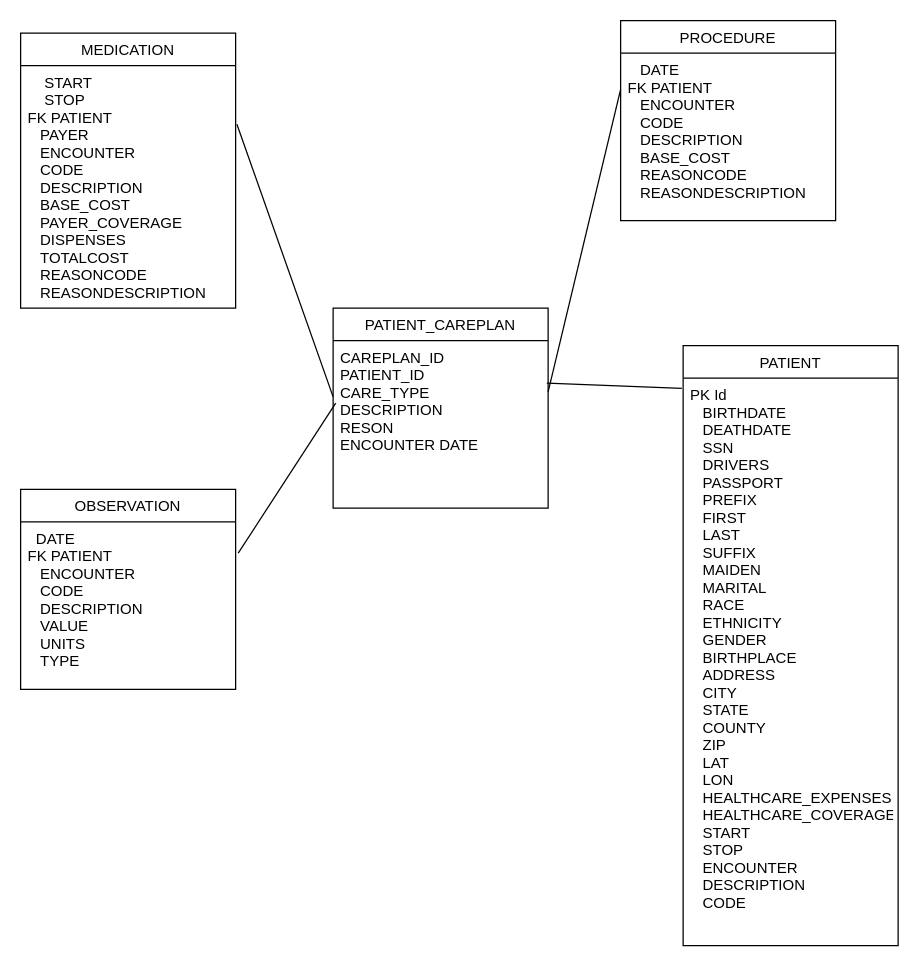
This is Daten_schema/Sternschema.drawio from Fuenfgeld/DMA2022DataProjectB, a draw.io file, before an edit. Source tidied: cells renumbered, new cells numbered last; positions are measured from the earlier drawing's top-left corner, leaving out a move shared by most shapes. Both pictures are drawn from the tidied source at 125%, with x=0, y=0 at pixel (20, 20).
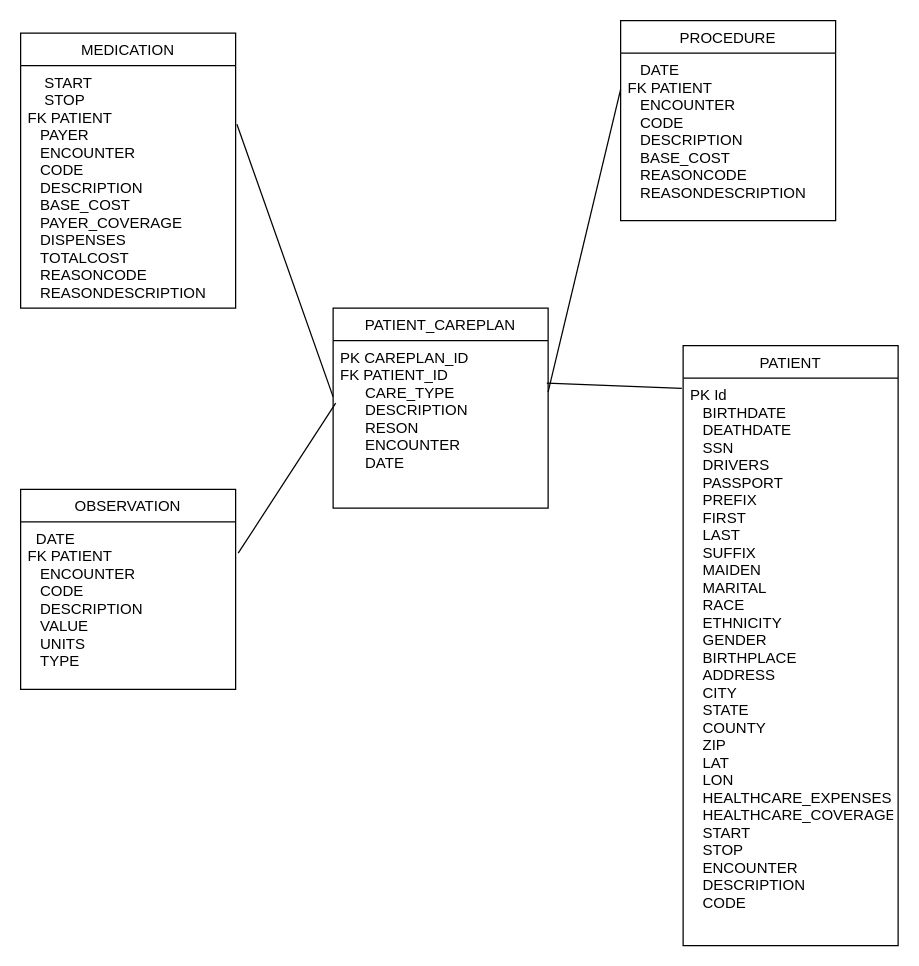
Above is the later version.

The edit, as a diff of the source:
```diff
@@
 <mxGraphModel>
   <root>
     <mxCell id="0" />
     <mxCell id="1" parent="0" />
     <mxCell id="2" value="PATIENT" style="swimlane;fontStyle=0;horizontal=1;startSize=26;fillColor=none;" parent="1" vertex="1">
       <mxGeometry x="530" y="260" width="172" height="480" as="geometry" />
     </mxCell>
     <mxCell id="3" value="PK Id &#10;   BIRTHDATE&#10;   DEATHDATE&#10;   SSN&#10;   DRIVERS&#10;   PASSPORT&#10;   PREFIX&#10;   FIRST &#10;   LAST&#10;   SUFFIX&#10;   MAIDEN&#10;   MARITAL &#10;   RACE&#10;   ETHNICITY&#10;   GENDER &#10;   BIRTHPLACE &#10;   ADDRESS &#10;   CITY &#10;   STATE &#10;   COUNTY&#10;   ZIP &#10;   LAT &#10;   LON &#10;   HEALTHCARE_EXPENSES &#10;   HEALTHCARE_COVERAGE&#10;   START&#10;   STOP&#10;   ENCOUNTER&#10;   DESCRIPTION&#10;   CODE  " style="text;strokeColor=none;fillColor=none;align=left;verticalAlign=top;spacingLeft=4;spacingRight=4;overflow=hidden;points=[[0,0.5],[1,0.5]];portConstraint=eastwest;" parent="2" vertex="1">
       <mxGeometry y="26" width="172" height="454" as="geometry" />
     </mxCell>
     <mxCell id="4" value="MEDICATION" style="swimlane;fontStyle=0;horizontal=1;startSize=26;fillColor=none;" parent="1" vertex="1">
       <mxGeometry y="10" width="172" height="220" as="geometry" />
     </mxCell>
     <mxCell id="5" value="    START &#10;    STOP&#10;FK PATIENT&#10;   PAYER&#10;   ENCOUNTER &#10;   CODE &#10;   DESCRIPTION&#10;   BASE_COST&#10;   PAYER_COVERAGE &#10;   DISPENSES &#10;   TOTALCOST&#10;   REASONCODE &#10;   REASONDESCRIPTION " style="text;strokeColor=none;fillColor=none;align=left;verticalAlign=top;spacingLeft=4;spacingRight=4;overflow=hidden;points=[[0,0.5],[1,0.5]];portConstraint=eastwest;" parent="4" vertex="1">
       <mxGeometry y="26" width="172" height="194" as="geometry" />
     </mxCell>
     <mxCell id="6" style="endArrow=none;html=1;entryX=1.006;entryY=0.242;entryDx=0;entryDy=0;entryPerimeter=0;exitX=0;exitY=0.336;exitDx=0;exitDy=0;exitPerimeter=0;" parent="1" edge="1" source="14" target="5">
       <mxGeometry relative="1" as="geometry" />
     </mxCell>
     <mxCell id="7" value="OBSERVATION" style="swimlane;fontStyle=0;horizontal=1;startSize=26;fillColor=none;" parent="1" vertex="1">
       <mxGeometry y="375" width="172" height="160" as="geometry" />
     </mxCell>
     <mxCell id="8" value="  DATE &#10;FK PATIENT&#10;   ENCOUNTER &#10;   CODE &#10;   DESCRIPTION&#10;   VALUE &#10;   UNITS &#10;   TYPE  " style="text;strokeColor=none;fillColor=none;align=left;verticalAlign=top;spacingLeft=4;spacingRight=4;overflow=hidden;points=[[0,0.5],[1,0.5]];portConstraint=eastwest;" parent="7" vertex="1">
       <mxGeometry y="26" width="172" height="134" as="geometry" />
     </mxCell>
     <mxCell id="9" value="PROCEDURE" style="swimlane;fontStyle=0;horizontal=1;startSize=26;fillColor=none;" parent="1" vertex="1">
       <mxGeometry x="480" width="172" height="160" as="geometry" />
     </mxCell>
     <mxCell id="10" value="   DATE&#10;FK PATIENT &#10;   ENCOUNTER&#10;   CODE &#10;   DESCRIPTION &#10;   BASE_COST &#10;   REASONCODE &#10;   REASONDESCRIPTION" style="text;strokeColor=none;fillColor=none;align=left;verticalAlign=top;spacingLeft=4;spacingRight=4;overflow=hidden;points=[[0,0.5],[1,0.5]];portConstraint=eastwest;" parent="9" vertex="1">
       <mxGeometry y="26" width="172" height="134" as="geometry" />
     </mxCell>
     <mxCell id="11" style="endArrow=none;html=1;entryX=0;entryY=0.216;entryDx=0;entryDy=0;entryPerimeter=0;exitX=1;exitY=0.306;exitDx=0;exitDy=0;exitPerimeter=0;" parent="1" edge="1" source="14" target="10">
       <mxGeometry relative="1" as="geometry" />
     </mxCell>
     <mxCell id="12" style="endArrow=none;html=1;entryX=0.012;entryY=0.373;entryDx=0;entryDy=0;entryPerimeter=0;exitX=1.012;exitY=0.187;exitDx=0;exitDy=0;exitPerimeter=0;" parent="1" edge="1" source="8" target="14">
       <mxGeometry relative="1" as="geometry" />
     </mxCell>
     <mxCell id="13" value="PATIENT_CAREPLAN" style="swimlane;fontStyle=0;horizontal=1;startSize=26;fillColor=none;" parent="1" vertex="1">
       <mxGeometry x="250" y="230" width="172" height="160" as="geometry" />
     </mxCell>
-    <mxCell id="14" value="CAREPLAN_ID&#10;            PATIENT_ID &#10;            CARE_TYPE&#10;            DESCRIPTION&#10;            RESON&#10;            ENCOUNTER            DATE&#10;  " style="text;strokeColor=none;fillColor=none;align=left;verticalAlign=top;spacingLeft=4;spacingRight=4;overflow=hidden;points=[[0,0.5],[1,0.5]];portConstraint=eastwest;" parent="13" vertex="1">
+    <mxCell id="14" value="PK CAREPLAN_ID&#10;FK PATIENT_ID &#10;      CARE_TYPE&#10;      DESCRIPTION&#10;      RESON&#10;      ENCOUNTER &#10;      DATE&#10;  " style="text;strokeColor=none;fillColor=none;align=left;verticalAlign=top;spacingLeft=4;spacingRight=4;overflow=hidden;points=[[0,0.5],[1,0.5]];portConstraint=eastwest;" parent="13" vertex="1">
       <mxGeometry y="26" width="172" height="134" as="geometry" />
     </mxCell>
     <mxCell id="15" style="endArrow=none;html=1;rounded=0;entryX=-0.006;entryY=0.018;entryDx=0;entryDy=0;entryPerimeter=0;exitX=0.994;exitY=0.254;exitDx=0;exitDy=0;exitPerimeter=0;" parent="1" edge="1" source="14" target="3">
       <mxGeometry relative="1" as="geometry" />
     </mxCell>
   </root>
 </mxGraphModel>
```
